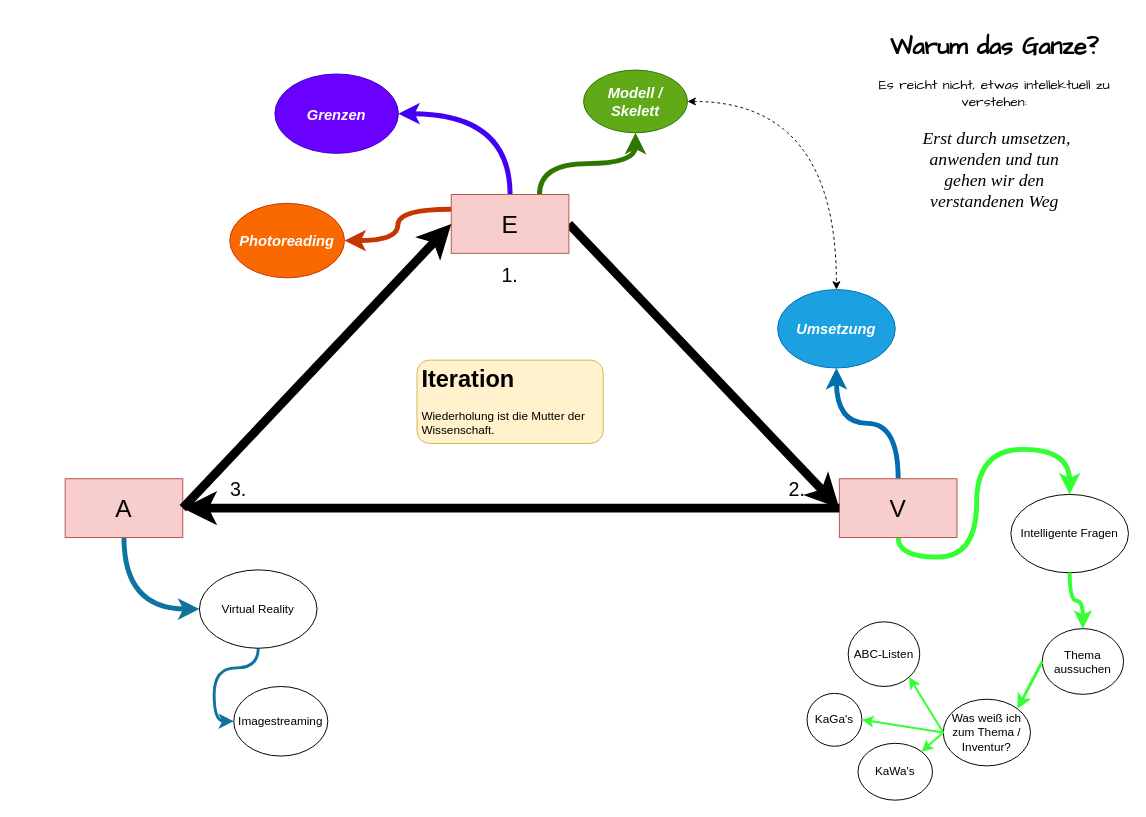
The draw.io diagram DrawIo/EVA.drawio in foreversun69/documentation, before the edit. Source tidied: cells renumbered, new cells numbered last; positions are measured from the earlier drawing's top-left corner, leaving out a move shared by most shapes. Both pictures are drawn from the tidied source at 98%, with x=0, y=0 at pixel (65, 26).
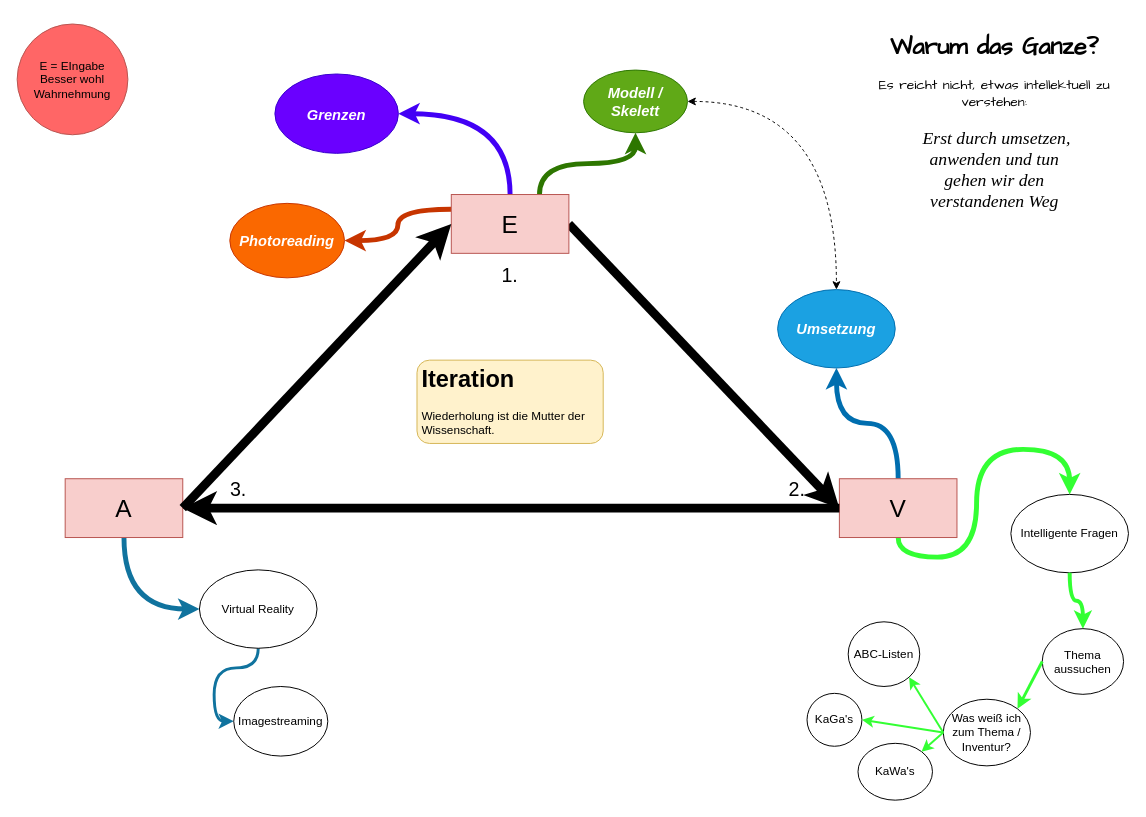
The same diagram, later.

Change to the diagram source:
```diff
@@
+    <mxCell id="38" value="&lt;div&gt;E = EIngabe&lt;/div&gt;&lt;div&gt;Besser wohl Wahrnehmung&lt;br&gt;&lt;/div&gt;" style="ellipse;whiteSpace=wrap;html=1;strokeColor=#b85450;fillColor=#FF6666;" parent="1" vertex="1">
+      <mxGeometry x="-49" y="-3" width="113" height="113" as="geometry" />
+    </mxCell>
```
